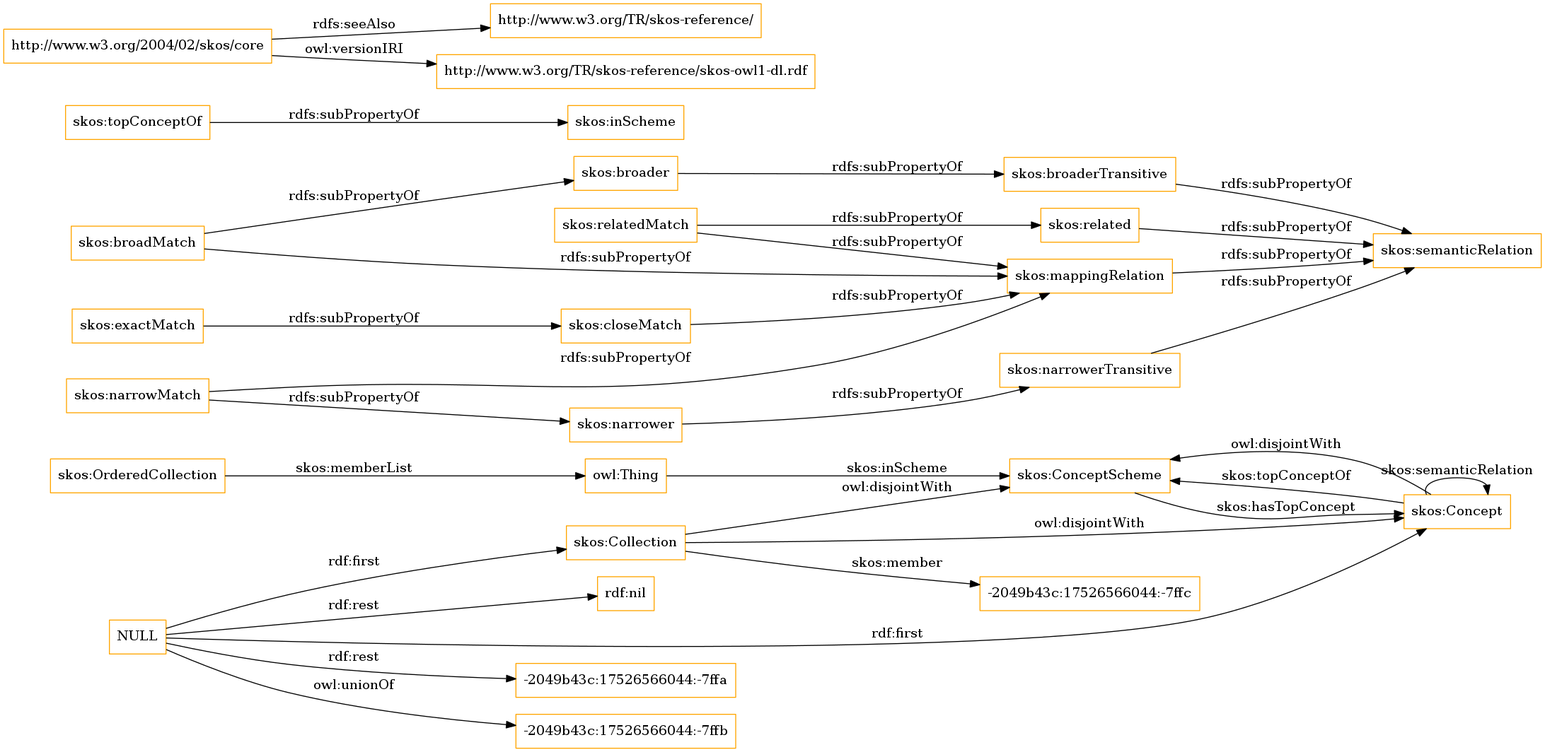
This is OnToology/imports/skos.owl/diagrams/ar2dtool-class/skos.owl.png from OnToologyUser/core-ontology-1, a Graphviz export, as it was before one commit. Its source is kept beside it as OnToology/imports/skos.owl/diagrams/ar2dtool-class/skos.owl.png.dot.
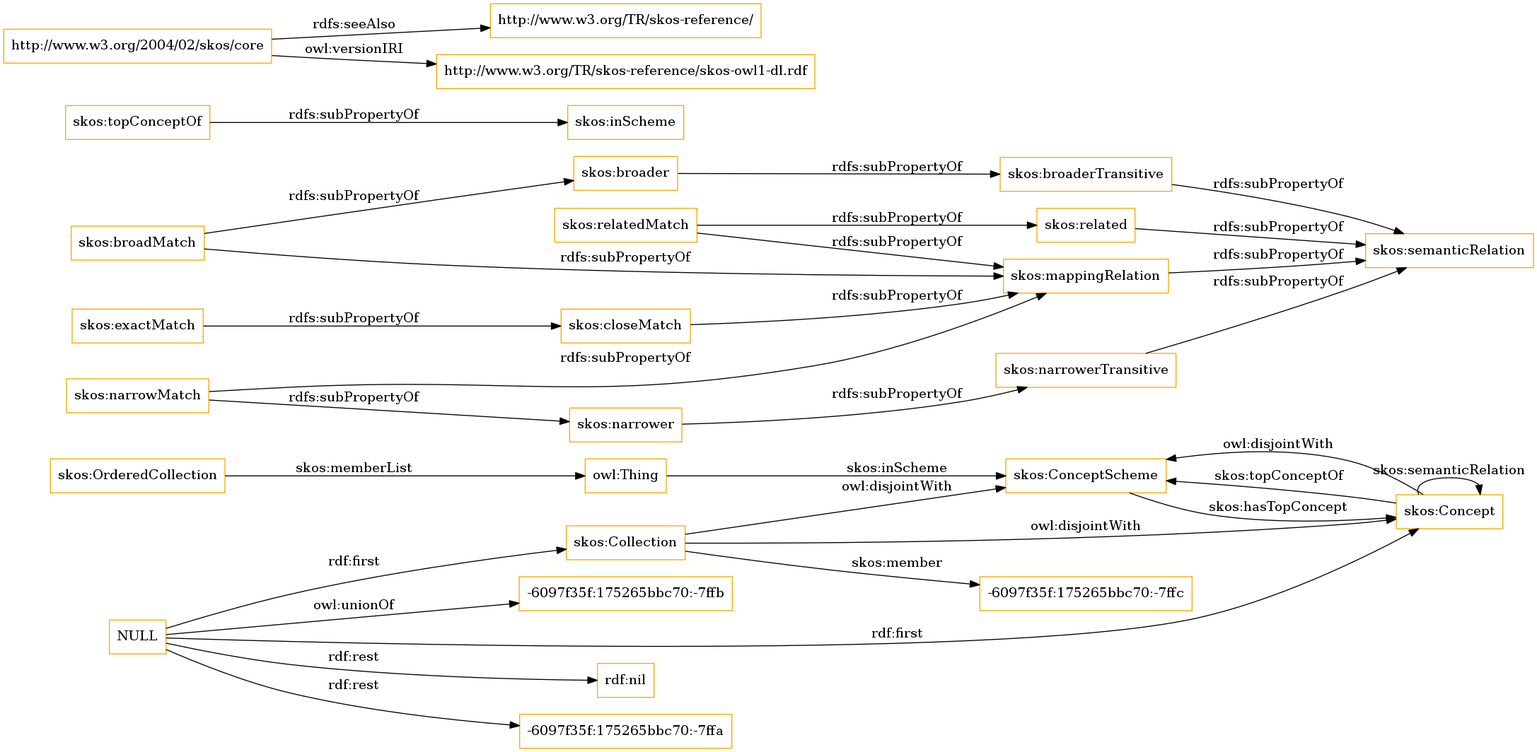
Above is the later version.

The edit, as a diff of the source:
```diff
@@ -1,13 +1,13 @@
 digraph ar2dtool_diagram {
 rankdir=LR;
 size="1501"
-node [shape = rectangle, color="orange"]; "skos:OrderedCollection" "skos:ConceptScheme" "skos:Concept" "skos:Collection" "-2049b43c:17526566044:-7ffc" ; /*classes style*/
+node [shape = rectangle, color="orange"]; "skos:OrderedCollection" "skos:ConceptScheme" "skos:Concept" "skos:Collection" "-6097f35f:175265bbc70:-7ffc" ; /*classes style*/
 	"skos:narrowerTransitive" -> "skos:semanticRelation" [ label = "rdfs:subPropertyOf" ];
-	"NULL" -> "-2049b43c:17526566044:-7ffa" [ label = "rdf:rest" ];
-	"NULL" -> "skos:Collection" [ label = "rdf:first" ];
-	"NULL" -> "-2049b43c:17526566044:-7ffb" [ label = "owl:unionOf" ];
 	"NULL" -> "rdf:nil" [ label = "rdf:rest" ];
 	"NULL" -> "skos:Concept" [ label = "rdf:first" ];
+	"NULL" -> "-6097f35f:175265bbc70:-7ffa" [ label = "rdf:rest" ];
+	"NULL" -> "skos:Collection" [ label = "rdf:first" ];
+	"NULL" -> "-6097f35f:175265bbc70:-7ffb" [ label = "owl:unionOf" ];
 	"skos:closeMatch" -> "skos:mappingRelation" [ label = "rdfs:subPropertyOf" ];
 	"skos:Concept" -> "skos:ConceptScheme" [ label = "owl:disjointWith" ];
 	"skos:relatedMatch" -> "skos:related" [ label = "rdfs:subPropertyOf" ];
@@ -30,7 +30,7 @@
 	"skos:OrderedCollection" -> "owl:Thing" [ label = "skos:memberList" ];
 	"skos:Concept" -> "skos:ConceptScheme" [ label = "skos:topConceptOf" ];
 	"skos:Concept" -> "skos:Concept" [ label = "skos:semanticRelation" ];
-	"skos:Collection" -> "-2049b43c:17526566044:-7ffc" [ label = "skos:member" ];
+	"skos:Collection" -> "-6097f35f:175265bbc70:-7ffc" [ label = "skos:member" ];
 	"skos:ConceptScheme" -> "skos:Concept" [ label = "skos:hasTopConcept" ];
 	"owl:Thing" -> "skos:ConceptScheme" [ label = "skos:inScheme" ];
 
```
